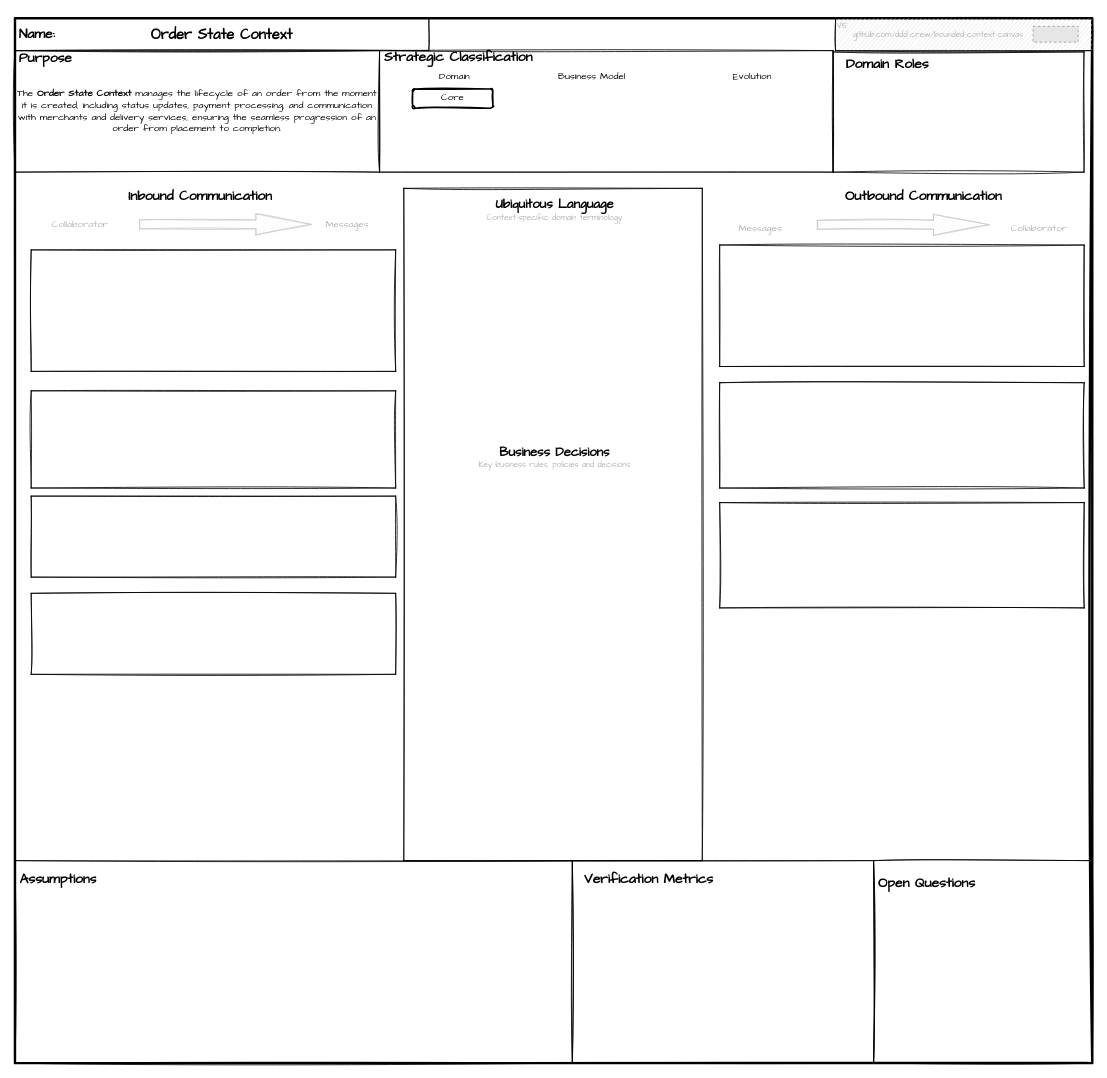
Earlier version of the draw.io diagram page "order_state_context_canvas" (8 of 11) of food_delivery_design.drawio (darkclouds2357/food_order_delivery). Source tidied: cells renumbered, new cells numbered last; positions are measured from the earlier drawing's top-left corner, leaving out a move shared by most shapes. Both pictures are drawn from the tidied source at 81%, with x=0, y=0 at pixel (15, 18). Pictures stored in the file or linked from it are replaced by grey dashed boxes.
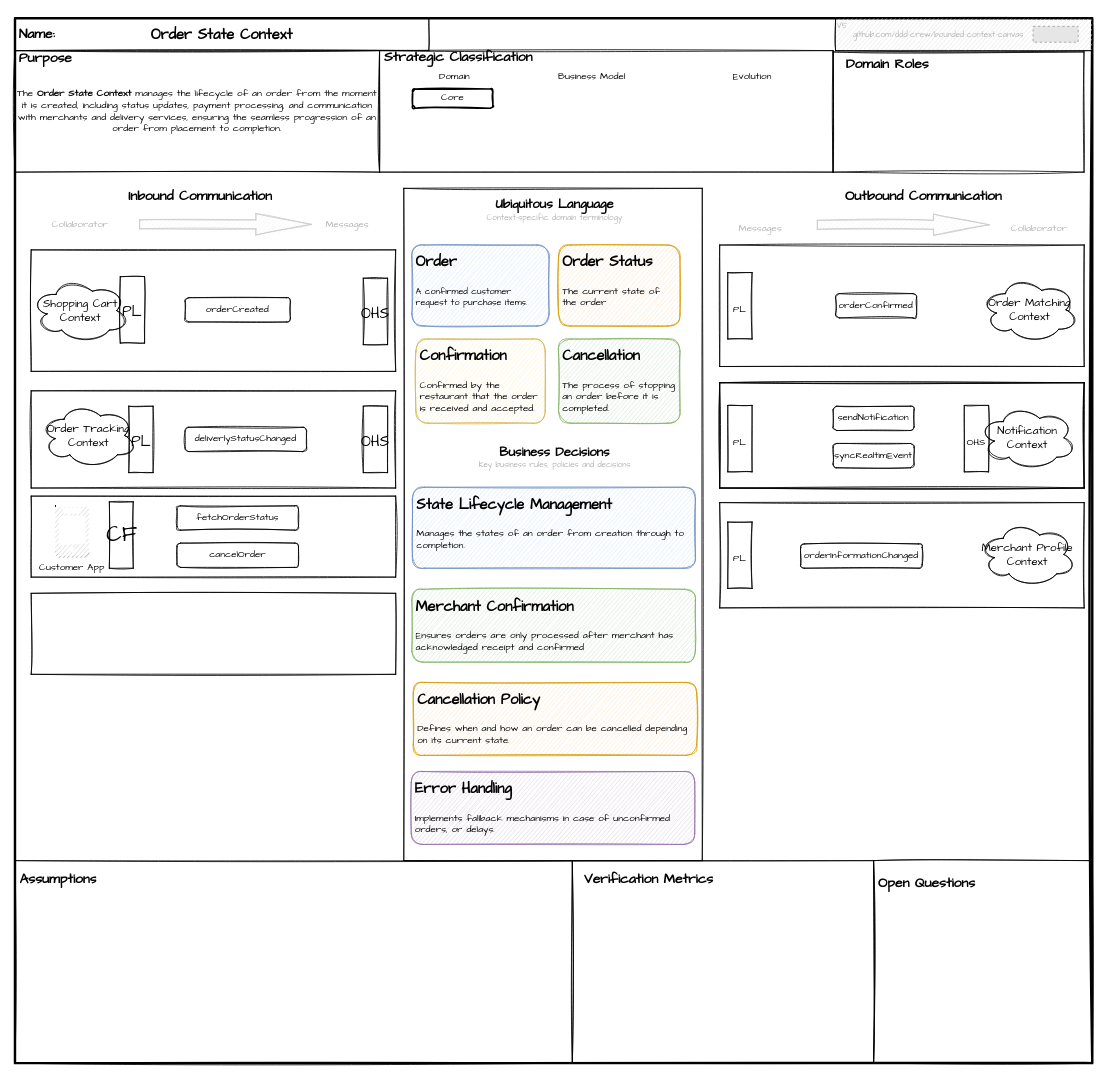
The same page after the edit.

Commit message (it also covers changes not shown here):
update for order matching context

Diff of the diagram source:
```diff
@@
+    <mxCell id="52" value="&lt;h1&gt;&lt;span style=&quot;font-size: 18px&quot;&gt;Order&lt;/span&gt;&lt;/h1&gt;&lt;p&gt;&lt;font style=&quot;font-size: 11px&quot;&gt;A confirmed customer request to purchase items.&lt;/font&gt;&lt;/p&gt;" style="text;html=1;strokeColor=#6c8ebf;fillColor=#dae8fc;spacing=5;spacingTop=-20;whiteSpace=wrap;overflow=hidden;rounded=1;sketch=1;fontFamily=Comic Sans MS;" parent="1" vertex="1">
+      <mxGeometry x="490" y="280" width="169.4" height="100" as="geometry" />
+    </mxCell>
+    <mxCell id="53" value="&lt;h1&gt;&lt;font style=&quot;font-size: 18px ; line-height: 120%&quot;&gt;Order Status&lt;/font&gt;&lt;/h1&gt;&lt;p&gt;The current state of the order&lt;/p&gt;" style="text;html=1;strokeColor=#d79b00;fillColor=#ffe6cc;spacing=5;spacingTop=-20;whiteSpace=wrap;overflow=hidden;rounded=1;sketch=1;fontFamily=Comic Sans MS;" parent="1" vertex="1">
+      <mxGeometry x="671" y="280" width="150" height="100" as="geometry" />
+    </mxCell>
+    <mxCell id="54" value="&lt;h1&gt;&lt;font style=&quot;font-size: 18px&quot;&gt;Confirmation&lt;/font&gt;&lt;/h1&gt;&lt;p&gt;Confirmed by the restaurant that the order is received and accepted.&lt;/p&gt;&lt;div&gt;&lt;br&gt;&lt;/div&gt;" style="text;html=1;strokeColor=#d6b656;fillColor=#fff2cc;spacing=5;spacingTop=-20;whiteSpace=wrap;overflow=hidden;rounded=1;sketch=1;fontFamily=Comic Sans MS;" parent="1" vertex="1">
+      <mxGeometry x="494.9" y="396" width="159.7" height="104" as="geometry" />
+    </mxCell>
+    <mxCell id="55" value="&lt;h1&gt;&lt;span style=&quot;font-size: 18px&quot;&gt;Cancellation&lt;/span&gt;&lt;br&gt;&lt;/h1&gt;&lt;p&gt;The process of stopping an order before it is completed.&lt;/p&gt;&lt;div&gt;&lt;br&gt;&lt;/div&gt;" style="text;html=1;strokeColor=#82b366;fillColor=#d5e8d4;spacing=5;spacingTop=-20;whiteSpace=wrap;overflow=hidden;rounded=1;sketch=1;fontFamily=Comic Sans MS;" parent="1" vertex="1">
+      <mxGeometry x="671" y="396" width="150" height="104" as="geometry" />
+    </mxCell>
+    <mxCell id="56" value="&lt;h1&gt;&lt;span style=&quot;font-size: 18px&quot;&gt;State Lifecycle Management&lt;/span&gt;&lt;br&gt;&lt;/h1&gt;&lt;p&gt;Manages the states of an order from creation through to completion.&lt;/p&gt;&lt;div&gt;&lt;br&gt;&lt;/div&gt;" style="text;html=1;strokeColor=#6c8ebf;fillColor=#dae8fc;spacing=5;spacingTop=-20;whiteSpace=wrap;overflow=hidden;rounded=1;sketch=1;fontFamily=Comic Sans MS;" parent="1" vertex="1">
+      <mxGeometry x="490.6" y="579" width="349.4" height="100" as="geometry" />
+    </mxCell>
+    <mxCell id="57" value="&lt;h1&gt;&lt;span style=&quot;font-size: 18px&quot;&gt;Merchant Confirmation&lt;/span&gt;&lt;br&gt;&lt;/h1&gt;&lt;p&gt;Ensures orders are only processed after merchant has acknowledged receipt and&amp;nbsp;confirmed&lt;/p&gt;" style="text;html=1;strokeColor=#82b366;fillColor=#d5e8d4;spacing=5;spacingTop=-20;whiteSpace=wrap;overflow=hidden;rounded=1;sketch=1;fontFamily=Comic Sans MS;" parent="1" vertex="1">
+      <mxGeometry x="490" y="705" width="350" height="90" as="geometry" />
+    </mxCell>
+    <mxCell id="58" value="&lt;h1&gt;&lt;span style=&quot;font-size: 18px&quot;&gt;Cancellation Policy&lt;/span&gt;&lt;br&gt;&lt;/h1&gt;&lt;p&gt;Defines when and how an order can be cancelled depending on its current state.&lt;/p&gt;" style="text;html=1;strokeColor=#d79b00;fillColor=#ffe6cc;spacing=5;spacingTop=-20;whiteSpace=wrap;overflow=hidden;rounded=1;sketch=1;fontFamily=Comic Sans MS;" parent="1" vertex="1">
+      <mxGeometry x="491.7" y="820" width="350" height="90" as="geometry" />
+    </mxCell>
+    <mxCell id="59" value="&lt;h1&gt;&lt;span style=&quot;font-size: 18px&quot;&gt;Error Handling&lt;/span&gt;&lt;br&gt;&lt;/h1&gt;&lt;p&gt;Implements fallback mechanisms in case of unconfirmed orders, or delays.&lt;/p&gt;" style="text;html=1;strokeColor=#9673a6;fillColor=#e1d5e7;spacing=5;spacingTop=-20;whiteSpace=wrap;overflow=hidden;rounded=1;sketch=1;fontFamily=Comic Sans MS;" parent="1" vertex="1">
+      <mxGeometry x="489.2" y="930" width="350" height="90" as="geometry" />
+    </mxCell>
+    <mxCell id="60" value="&lt;span style=&quot;font-size: 14px&quot;&gt;Shopping Cart Context&lt;/span&gt;" style="ellipse;shape=cloud;whiteSpace=wrap;html=1;rounded=1;sketch=1;fontSize=12;strokeColor=default;fillColor=none;fontFamily=Comic Sans MS;" parent="1" vertex="1">
+      <mxGeometry x="20.5" y="321" width="120" height="80" as="geometry" />
+    </mxCell>
+    <mxCell id="61" value="orderCreated" style="rounded=1;whiteSpace=wrap;html=1;sketch=1;fontSize=12;strokeColor=default;fillColor=none;fontFamily=Comic Sans MS;" parent="1" vertex="1">
+      <mxGeometry x="210" y="345" width="130" height="30" as="geometry" />
+    </mxCell>
+    <mxCell id="62" value="&lt;font style=&quot;font-size: 18px&quot;&gt;PL&lt;/font&gt;" style="rounded=0;whiteSpace=wrap;html=1;sketch=1;strokeColor=default;fillColor=none;fontSize=27;fontFamily=Comic Sans MS;" parent="1" vertex="1">
+      <mxGeometry x="130" y="319" width="30" height="82" as="geometry" />
+    </mxCell>
+    <mxCell id="63" value="&lt;font style=&quot;font-size: 18px&quot;&gt;OHS&lt;/font&gt;" style="rounded=0;whiteSpace=wrap;html=1;sketch=1;strokeColor=default;fillColor=none;fontSize=27;fontFamily=Comic Sans MS;" parent="1" vertex="1">
+      <mxGeometry x="430" y="321" width="30" height="82" as="geometry" />
+    </mxCell>
+    <mxCell id="64" value="&lt;span style=&quot;font-size: 14px&quot;&gt;Order Tracking Context&lt;/span&gt;" style="ellipse;shape=cloud;whiteSpace=wrap;html=1;rounded=1;sketch=1;fontSize=12;strokeColor=default;fillColor=none;fontFamily=Comic Sans MS;" parent="1" vertex="1">
+      <mxGeometry x="30.5" y="475" width="120" height="80" as="geometry" />
+    </mxCell>
+    <mxCell id="65" value="&lt;font style=&quot;font-size: 18px&quot;&gt;PL&lt;/font&gt;" style="rounded=0;whiteSpace=wrap;html=1;sketch=1;strokeColor=default;fillColor=none;fontSize=27;fontFamily=Comic Sans MS;" parent="1" vertex="1">
+      <mxGeometry x="140.5" y="479" width="30" height="82" as="geometry" />
+    </mxCell>
+    <mxCell id="66" value="deliverlyStatusChanged" style="rounded=1;whiteSpace=wrap;html=1;sketch=1;fontSize=12;strokeColor=default;fillColor=none;fontFamily=Comic Sans MS;" parent="1" vertex="1">
+      <mxGeometry x="210" y="505" width="150" height="30" as="geometry" />
+    </mxCell>
+    <mxCell id="67" value="&lt;font style=&quot;font-size: 18px&quot;&gt;OHS&lt;/font&gt;" style="rounded=0;whiteSpace=wrap;html=1;sketch=1;strokeColor=default;fillColor=none;fontSize=27;fontFamily=Comic Sans MS;" parent="1" vertex="1">
+      <mxGeometry x="430" y="479" width="30" height="82" as="geometry" />
+    </mxCell>
+    <mxCell id="68" value="Customer App" style="dashed=0;verticalLabelPosition=bottom;verticalAlign=top;align=center;html=1;shape=mxgraph.aws3.mobile_client;fillColor=#D2D3D3;gradientColor=none;sketch=1;fontFamily=Comic Sans MS;fontSize=12;strokeColor=#000000;" parent="1" vertex="1">
+      <mxGeometry x="50" y="602" width="40.5" height="63" as="geometry" />
+    </mxCell>
+    <mxCell id="69" value="CF" style="rounded=0;whiteSpace=wrap;html=1;sketch=1;strokeColor=default;fillColor=none;fontSize=27;fontFamily=Comic Sans MS;" parent="1" vertex="1">
+      <mxGeometry x="116.5" y="597" width="29.5" height="82" as="geometry" />
+    </mxCell>
+    <mxCell id="70" value="fetchOrderStatus" style="rounded=1;whiteSpace=wrap;html=1;sketch=1;fontSize=12;strokeColor=default;fillColor=none;fontFamily=Comic Sans MS;" parent="1" vertex="1">
+      <mxGeometry x="200" y="602" width="150" height="30" as="geometry" />
+    </mxCell>
+    <mxCell id="71" value="cancelOrder" style="rounded=1;whiteSpace=wrap;html=1;sketch=1;fontSize=12;strokeColor=default;fillColor=none;fontFamily=Comic Sans MS;" parent="1" vertex="1">
+      <mxGeometry x="200" y="648" width="150" height="30" as="geometry" />
+    </mxCell>
+    <mxCell id="72" style="rounded=0;whiteSpace=wrap;html=1;sketch=1;strokeColor=default;fillColor=none;fontFamily=Comic Sans MS;" parent="1" vertex="1">
+      <mxGeometry x="870" y="450" width="450" height="130" as="geometry" />
+    </mxCell>
+    <mxCell id="73" value="&lt;span style=&quot;font-size: 14px;&quot;&gt;Notification Context&lt;/span&gt;" style="ellipse;shape=cloud;whiteSpace=wrap;html=1;rounded=1;sketch=1;fontSize=12;strokeColor=default;fillColor=none;fontFamily=Comic Sans MS;" parent="1" vertex="1">
+      <mxGeometry x="1190" y="478" width="120" height="80" as="geometry" />
+    </mxCell>
+    <mxCell id="74" value="&lt;font style=&quot;font-size: 12px&quot;&gt;OHS&lt;/font&gt;" style="rounded=0;whiteSpace=wrap;html=1;sketch=1;strokeColor=default;fillColor=none;fontSize=27;fontFamily=Comic Sans MS;" parent="1" vertex="1">
+      <mxGeometry x="1172" y="478" width="30" height="82" as="geometry" />
+    </mxCell>
+    <mxCell id="75" value="sendNotification" style="rounded=1;whiteSpace=wrap;html=1;sketch=1;fontSize=12;strokeColor=default;fillColor=none;fontFamily=Comic Sans MS;" parent="1" vertex="1">
+      <mxGeometry x="1010" y="479" width="100" height="30" as="geometry" />
+    </mxCell>
+    <mxCell id="76" value="syncRealtimEvent" style="rounded=1;whiteSpace=wrap;html=1;sketch=1;fontSize=12;strokeColor=default;fillColor=none;fontFamily=Comic Sans MS;" parent="1" vertex="1">
+      <mxGeometry x="1010" y="525" width="100" height="30" as="geometry" />
+    </mxCell>
+    <mxCell id="77" value="&lt;font style=&quot;font-size: 12px&quot;&gt;PL&lt;/font&gt;" style="rounded=0;whiteSpace=wrap;html=1;sketch=1;strokeColor=default;fillColor=none;fontSize=27;fontFamily=Comic Sans MS;" parent="1" vertex="1">
+      <mxGeometry x="880" y="478" width="30" height="82" as="geometry" />
+    </mxCell>
+    <mxCell id="78" value="&lt;font style=&quot;font-size: 12px&quot;&gt;PL&lt;/font&gt;" style="rounded=0;whiteSpace=wrap;html=1;sketch=1;strokeColor=default;fillColor=none;fontSize=27;fontFamily=Comic Sans MS;" parent="1" vertex="1">
+      <mxGeometry x="880" y="314" width="30" height="82" as="geometry" />
+    </mxCell>
+    <mxCell id="79" value="&lt;span style=&quot;font-size: 14px&quot;&gt;Order Matching Context&lt;/span&gt;" style="ellipse;shape=cloud;whiteSpace=wrap;html=1;rounded=1;sketch=1;fontSize=12;strokeColor=default;fillColor=none;fontFamily=Comic Sans MS;" parent="1" vertex="1">
+      <mxGeometry x="1192.6" y="320" width="120" height="80" as="geometry" />
+    </mxCell>
+    <mxCell id="80" value="orderConfirmed" style="rounded=1;whiteSpace=wrap;html=1;sketch=1;fontSize=12;strokeColor=default;fillColor=none;fontFamily=Comic Sans MS;" parent="1" vertex="1">
+      <mxGeometry x="1013.1" y="340" width="100" height="30" as="geometry" />
+    </mxCell>
+    <mxCell id="81" value="&lt;font style=&quot;font-size: 12px&quot;&gt;PL&lt;/font&gt;" style="rounded=0;whiteSpace=wrap;html=1;sketch=1;strokeColor=default;fillColor=none;fontSize=27;fontFamily=Comic Sans MS;" parent="1" vertex="1">
+      <mxGeometry x="880" y="622" width="30" height="82" as="geometry" />
+    </mxCell>
+    <mxCell id="82" value="&lt;span style=&quot;font-size: 14px&quot;&gt;Merchant Profile Context&lt;/span&gt;" style="ellipse;shape=cloud;whiteSpace=wrap;html=1;rounded=1;sketch=1;fontSize=12;strokeColor=default;fillColor=none;fontFamily=Comic Sans MS;" parent="1" vertex="1">
+      <mxGeometry x="1190" y="622" width="120" height="80" as="geometry" />
+    </mxCell>
+    <mxCell id="83" value="orderInformationChanged" style="rounded=1;whiteSpace=wrap;html=1;sketch=1;fontSize=12;strokeColor=default;fillColor=none;fontFamily=Comic Sans MS;" parent="1" vertex="1">
+      <mxGeometry x="970" y="649" width="150" height="30" as="geometry" />
+    </mxCell>
```
